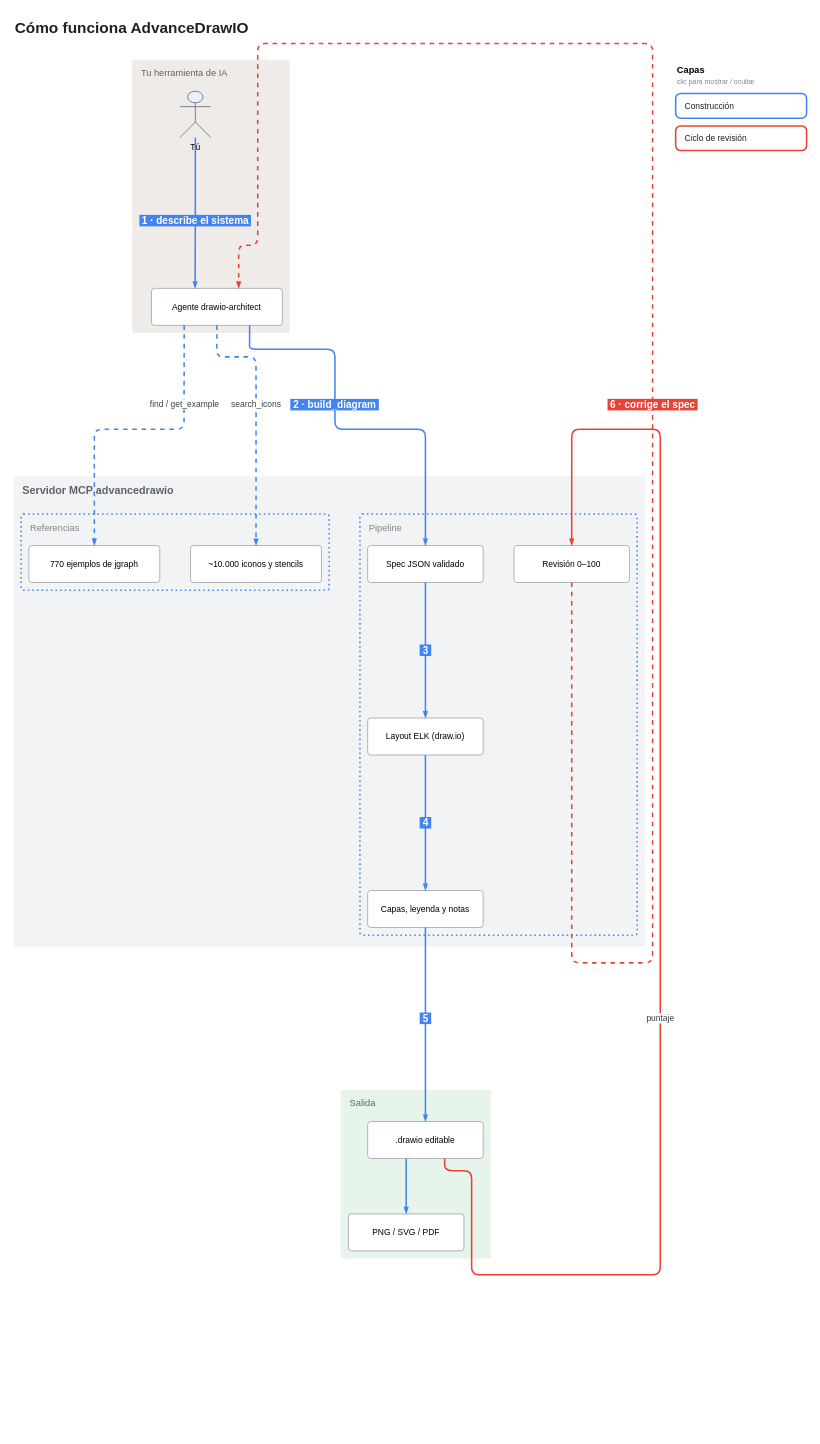
The draw.io diagram docs/galeria/como-funciona.drawio in Leonsang/AdvanceDrawIO, before the edit. Source tidied: cells renumbered, new cells numbered last; positions are measured from the earlier drawing's top-left corner, leaving out a move shared by most shapes. Both pictures are drawn from the tidied source at 77%, with x=0, y=0 at pixel (13, 13).
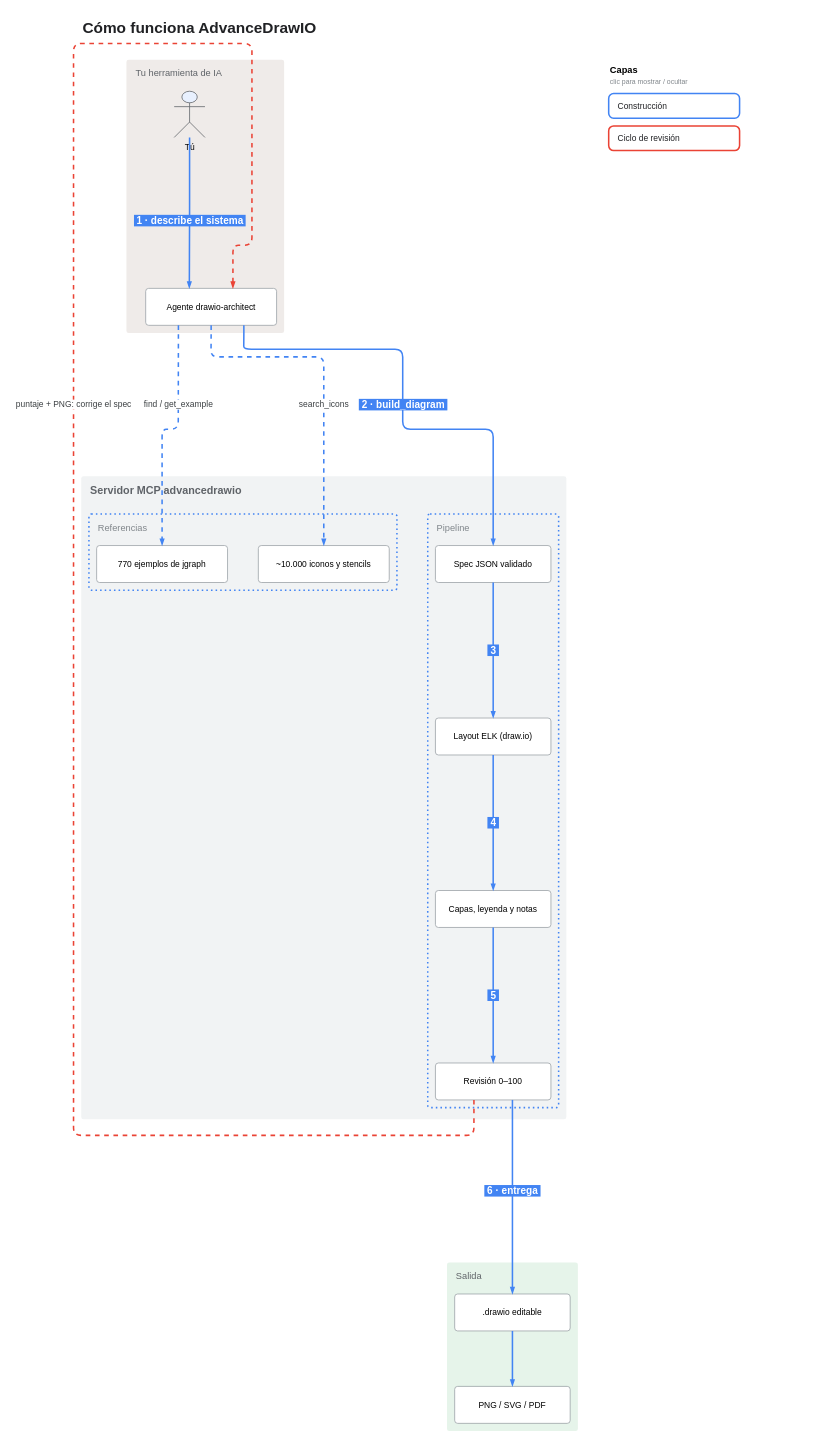
Above is the later version.

Unchanged cells that the change refers to:
```xml
<mxCell id="3" value="Tú" style="shape=umlActor;verticalLabelPosition=bottom;verticalAlign=top;html=1;outlineConnect=0;fillColor=#E8F0FE;strokeColor=#5F6368;fontSize=11;" parent="2" vertex="1">
  <mxGeometry x="62" y="41" width="40" height="60" as="geometry" />
</mxCell>
<mxCell id="4" value="Agente drawio-architect" style="rounded=1;arcSize=8;whiteSpace=wrap;html=1;fillColor=#FFFFFF;strokeColor=#9AA0A6;fontSize=11;" parent="2" vertex="1">
  <mxGeometry x="25" y="297" width="170" height="48" as="geometry" />
</mxCell>
<mxCell id="7" value="770 ejemplos de jgraph" style="rounded=1;arcSize=8;whiteSpace=wrap;html=1;fillColor=#FFFFFF;strokeColor=#9AA0A6;fontSize=11;" parent="6" vertex="1">
  <mxGeometry x="10" y="41" width="170" height="48" as="geometry" />
</mxCell>
<mxCell id="8" value="~10.000 iconos y stencils" style="rounded=1;arcSize=8;whiteSpace=wrap;html=1;fillColor=#FFFFFF;strokeColor=#9AA0A6;fontSize=11;" parent="6" vertex="1">
  <mxGeometry x="220" y="41" width="170" height="48" as="geometry" />
</mxCell>
<mxCell id="10" value="Spec JSON validado" style="rounded=1;arcSize=8;whiteSpace=wrap;html=1;fillColor=#FFFFFF;strokeColor=#9AA0A6;fontSize=11;" parent="9" vertex="1">
  <mxGeometry x="10" y="41" width="150" height="48" as="geometry" />
</mxCell>
<mxCell id="11" value="Layout ELK (draw.io)" style="rounded=1;arcSize=8;whiteSpace=wrap;html=1;fillColor=#FFFFFF;strokeColor=#9AA0A6;fontSize=11;" parent="9" vertex="1">
  <mxGeometry x="10" y="265" width="150" height="48" as="geometry" />
</mxCell>
<mxCell id="12" value="Capas, leyenda y notas" style="rounded=1;arcSize=8;whiteSpace=wrap;html=1;fillColor=#FFFFFF;strokeColor=#9AA0A6;fontSize=11;" parent="9" vertex="1">
  <mxGeometry x="10" y="489" width="150" height="48" as="geometry" />
</mxCell>
<mxCell id="16" value="PNG / SVG / PDF" style="rounded=1;arcSize=8;whiteSpace=wrap;html=1;fillColor=#FFFFFF;strokeColor=#9AA0A6;fontSize=11;" parent="14" vertex="1">
  <mxGeometry x="10" y="161" width="150" height="48" as="geometry" />
</mxCell>
```

Diff of the diagram source:
```diff
@@
     <mxCell id="2" value="Tu herramienta de IA" style="akind=external;html=1;whiteSpace=wrap;rounded=1;absoluteArcSize=1;arcSize=6;align=left;verticalAlign=top;spacingLeft=10;spacingTop=4;fontSize=12;fillColor=#EFEBE9;strokeColor=none;fontColor=#5F6368;" parent="1" vertex="1">
-      <mxGeometry x="154.2" y="60" width="204.8" height="355" as="geometry" />
+      <mxGeometry x="146.7" y="60" width="204.8" height="355" as="geometry" />
     </mxCell>
@@
     <mxCell id="5" value="Servidor MCP advancedrawio" style="akind=cloud;html=1;whiteSpace=wrap;rounded=1;absoluteArcSize=1;arcSize=6;align=left;verticalAlign=top;spacingLeft=10;spacingTop=4;fontSize=12;fillColor=#F1F3F4;strokeColor=none;fontStyle=1;fontColor=#5F6368;fontSize=14;" parent="1" vertex="1">
-      <mxGeometry y="601" width="820" height="611" as="geometry" />
+      <mxGeometry x="88" y="601" width="630" height="835" as="geometry" />
     </mxCell>
@@
     <mxCell id="9" value="Pipeline" style="akind=zone;html=1;whiteSpace=wrap;rounded=1;absoluteArcSize=1;arcSize=6;align=left;verticalAlign=top;spacingLeft=10;spacingTop=4;fontSize=12;fillColor=none;strokeColor=#4284F3;dashed=1;dashPattern=1 2;strokeWidth=2;fontColor=#80868B;" parent="5" vertex="1">
-      <mxGeometry x="450" y="49" width="360" height="547" as="geometry" />
+      <mxGeometry x="450" y="49" width="170" height="771" as="geometry" />
     </mxCell>
@@
     <mxCell id="13" value="Revisión 0–100" style="rounded=1;arcSize=8;whiteSpace=wrap;html=1;fillColor=#FFFFFF;strokeColor=#9AA0A6;fontSize=11;" parent="9" vertex="1">
-      <mxGeometry x="200" y="41" width="150" height="48" as="geometry" />
+      <mxGeometry x="10" y="713" width="150" height="48" as="geometry" />
     </mxCell>
     <mxCell id="14" value="Salida" style="akind=external;html=1;whiteSpace=wrap;rounded=1;absoluteArcSize=1;arcSize=6;align=left;verticalAlign=top;spacingLeft=10;spacingTop=4;fontSize=12;fillColor=#E6F4EA;strokeColor=none;fontColor=#5F6368;" parent="1" vertex="1">
-      <mxGeometry x="425" y="1398" width="195" height="219" as="geometry" />
+      <mxGeometry x="563" y="1622" width="170" height="219" as="geometry" />
     </mxCell>
     <mxCell id="15" value=".drawio editable" style="rounded=1;arcSize=8;whiteSpace=wrap;html=1;fillColor=#FFFFFF;strokeColor=#9AA0A6;fontSize=11;" parent="14" vertex="1">
-      <mxGeometry x="35" y="41" width="150" height="48" as="geometry" />
+      <mxGeometry x="10" y="41" width="150" height="48" as="geometry" />
     </mxCell>
@@
     <mxCell id="19" value="&amp;nbsp;1&amp;nbsp;· describe el sistema&amp;nbsp;" style="rounded=1;html=1;endArrow=blockThin;endFill=1;endSize=4;strokeWidth=2;strokeColor=#4284F3;fontSize=11;fontColor=#3C4043;labelBackgroundColor=#FFFFFF;labelBackgroundColor=#4284F3;fontColor=#FFFFFF;fontStyle=1;fontSize=13;exitX=0.5;exitY=1;entryX=0.3334;entryY=0;edgeStyle=orthogonalEdgeStyle;" parent="17" edge="1" source="3" target="4">
       <mxGeometry relative="1" as="geometry">
         <Array as="points">
-          <mxPoint x="235.7" y="259" />
+          <mxPoint x="228.2" y="259" />
         </Array>
         <mxPoint y="10" as="offset" />
       </mxGeometry>
     </mxCell>
     <mxCell id="20" value="find / get_example" style="rounded=1;html=1;endArrow=blockThin;endFill=1;endSize=4;strokeWidth=2;strokeColor=#4284F3;fontSize=11;fontColor=#3C4043;labelBackgroundColor=#FFFFFF;dashed=1;exitX=0.25;exitY=1;entryX=0.5;entryY=0;edgeStyle=orthogonalEdgeStyle;" parent="17" edge="1" source="4" target="7">
       <mxGeometry relative="1" as="geometry">
         <Array as="points">
-          <mxPoint x="221.5" y="420" />
-          <mxPoint x="221.5" y="540" />
-          <mxPoint x="105" y="540" />
-          <mxPoint x="105" y="645" />
+          <mxPoint x="214" y="420" />
+          <mxPoint x="214" y="540" />
+          <mxPoint x="193" y="540" />
+          <mxPoint x="193" y="645" />
         </Array>
-        <mxPoint x="66.2" y="-32" as="offset" />
+        <mxPoint x="18.5" y="-32" as="offset" />
       </mxGeometry>
     </mxCell>
     <mxCell id="21" value="search_icons" style="rounded=1;html=1;endArrow=blockThin;endFill=1;endSize=4;strokeWidth=2;strokeColor=#4284F3;fontSize=11;fontColor=#3C4043;labelBackgroundColor=#FFFFFF;dashed=1;exitX=0.5;exitY=1;entryX=0.5;entryY=0;edgeStyle=orthogonalEdgeStyle;" parent="17" edge="1" source="4" target="8">
       <mxGeometry relative="1" as="geometry">
         <Array as="points">
-          <mxPoint x="264" y="420" />
-          <mxPoint x="264" y="446" />
-          <mxPoint x="315" y="446" />
-          <mxPoint x="315" y="645" />
+          <mxPoint x="256.5" y="420" />
+          <mxPoint x="256.5" y="446" />
+          <mxPoint x="403" y="446" />
+          <mxPoint x="403" y="645" />
         </Array>
-        <mxPoint y="-14.5" as="offset" />
+        <mxPoint y="33.2" as="offset" />
       </mxGeometry>
     </mxCell>
     <mxCell id="22" value="&amp;nbsp;2&amp;nbsp;· build_diagram&amp;nbsp;" style="rounded=1;html=1;endArrow=blockThin;endFill=1;endSize=4;strokeWidth=2;strokeColor=#4284F3;fontSize=11;fontColor=#3C4043;labelBackgroundColor=#FFFFFF;labelBackgroundColor=#4284F3;fontColor=#FFFFFF;fontStyle=1;fontSize=13;exitX=0.75;exitY=1;entryX=0.5;entryY=0;edgeStyle=orthogonalEdgeStyle;" parent="17" edge="1" source="4" target="10">
       <mxGeometry relative="1" as="geometry">
         <Array as="points">
-          <mxPoint x="306.5" y="420" />
-          <mxPoint x="306.5" y="436" />
-          <mxPoint x="417.5" y="436" />
-          <mxPoint x="417.5" y="540" />
-          <mxPoint x="535" y="540" />
-          <mxPoint x="535" y="645" />
+          <mxPoint x="299" y="420" />
+          <mxPoint x="299" y="436" />
+          <mxPoint x="505.5" y="436" />
+          <mxPoint x="505.5" y="540" />
+          <mxPoint x="623" y="540" />
+          <mxPoint x="623" y="645" />
         </Array>
-        <mxPoint x="-11.2" y="-32" as="offset" />
+        <mxPoint y="4.5" as="offset" />
       </mxGeometry>
     </mxCell>
     <mxCell id="23" value="&amp;nbsp;3&amp;nbsp;" style="rounded=1;html=1;endArrow=blockThin;endFill=1;endSize=4;strokeWidth=2;strokeColor=#4284F3;fontSize=11;fontColor=#3C4043;labelBackgroundColor=#FFFFFF;labelBackgroundColor=#4284F3;fontColor=#FFFFFF;fontStyle=1;fontSize=13;exitX=0.5;exitY=1;entryX=0.5;entryY=0;edgeStyle=orthogonalEdgeStyle;" parent="17" edge="1" source="10" target="11">
       <mxGeometry relative="1" as="geometry">
         <Array as="points">
-          <mxPoint x="535" y="827" />
+          <mxPoint x="623" y="827" />
         </Array>
       </mxGeometry>
     </mxCell>
     <mxCell id="24" value="&amp;nbsp;4&amp;nbsp;" style="rounded=1;html=1;endArrow=blockThin;endFill=1;endSize=4;strokeWidth=2;strokeColor=#4284F3;fontSize=11;fontColor=#3C4043;labelBackgroundColor=#FFFFFF;labelBackgroundColor=#4284F3;fontColor=#FFFFFF;fontStyle=1;fontSize=13;exitX=0.5;exitY=1;entryX=0.5;entryY=0;edgeStyle=orthogonalEdgeStyle;" parent="17" edge="1" source="11" target="12">
       <mxGeometry relative="1" as="geometry">
         <Array as="points">
-          <mxPoint x="535" y="1051" />
+          <mxPoint x="623" y="1051" />
         </Array>
       </mxGeometry>
     </mxCell>
-    <mxCell id="25" value="&amp;nbsp;5&amp;nbsp;" style="rounded=1;html=1;endArrow=blockThin;endFill=1;endSize=4;strokeWidth=2;strokeColor=#4284F3;fontSize=11;fontColor=#3C4043;labelBackgroundColor=#FFFFFF;labelBackgroundColor=#4284F3;fontColor=#FFFFFF;fontStyle=1;fontSize=13;exitX=0.5;exitY=1;entryX=0.5;entryY=0;edgeStyle=orthogonalEdgeStyle;" parent="17" edge="1" source="12" target="15">
+    <mxCell id="25" value="&amp;nbsp;5&amp;nbsp;" style="rounded=1;html=1;endArrow=blockThin;endFill=1;endSize=4;strokeWidth=2;strokeColor=#4284F3;fontSize=11;fontColor=#3C4043;labelBackgroundColor=#FFFFFF;labelBackgroundColor=#4284F3;fontColor=#FFFFFF;fontStyle=1;fontSize=13;exitX=0.5;exitY=1;entryX=0.5;entryY=0;edgeStyle=orthogonalEdgeStyle;" parent="17" edge="1" source="12" target="13">
       <mxGeometry relative="1" as="geometry">
         <Array as="points">
-          <mxPoint x="535" y="1202" />
-          <mxPoint x="535" y="1393" />
+          <mxPoint x="623" y="1275" />
         </Array>
-        <mxPoint y="-8" as="offset" />
       </mxGeometry>
     </mxCell>
-    <mxCell id="26" style="rounded=1;html=1;endArrow=blockThin;endFill=1;endSize=4;strokeWidth=2;strokeColor=#4284F3;fontSize=11;fontColor=#3C4043;labelBackgroundColor=#FFFFFF;exitX=0.3333;exitY=1;entryX=0.5;entryY=0;edgeStyle=orthogonalEdgeStyle;" parent="17" edge="1" source="15" target="16">
+    <mxCell id="26" value="&amp;nbsp;6&amp;nbsp;· entrega&amp;nbsp;" style="rounded=1;html=1;endArrow=blockThin;endFill=1;endSize=4;strokeWidth=2;strokeColor=#4284F3;fontSize=11;fontColor=#3C4043;labelBackgroundColor=#FFFFFF;labelBackgroundColor=#4284F3;fontColor=#FFFFFF;fontStyle=1;fontSize=13;exitX=0.6667;exitY=1;entryX=0.5;entryY=0;edgeStyle=orthogonalEdgeStyle;" parent="17" edge="1" source="13" target="15">
       <mxGeometry relative="1" as="geometry">
         <Array as="points">
-          <mxPoint x="510" y="1523" />
+          <mxPoint x="648" y="1426" />
+          <mxPoint x="648" y="1617" />
         </Array>
+        <mxPoint y="-8" as="offset" />
       </mxGeometry>
     </mxCell>
-    <mxCell id="27" value="puntaje" style="rounded=1;html=1;endArrow=blockThin;endFill=1;endSize=4;strokeWidth=2;strokeColor=#EA4335;fontSize=11;fontColor=#3C4043;labelBackgroundColor=#FFFFFF;exitX=0.6667;exitY=1;entryX=0.5;entryY=0;edgeStyle=orthogonalEdgeStyle;" parent="18" edge="1" source="15" target="13">
+    <mxCell id="27" style="rounded=1;html=1;endArrow=blockThin;endFill=1;endSize=4;strokeWidth=2;strokeColor=#4284F3;fontSize=11;fontColor=#3C4043;labelBackgroundColor=#FFFFFF;exitX=0.5;exitY=1;entryX=0.5;entryY=0;edgeStyle=orthogonalEdgeStyle;" parent="17" edge="1" source="15" target="16">
       <mxGeometry relative="1" as="geometry">
         <Array as="points">
-          <mxPoint x="560" y="1503" />
-          <mxPoint x="595" y="1503" />
-          <mxPoint x="595" y="1638" />
-          <mxPoint x="840" y="1638" />
-          <mxPoint x="840" y="540" />
-          <mxPoint x="725" y="540" />
-          <mxPoint x="725" y="645" />
+          <mxPoint x="648" y="1747" />
         </Array>
-        <mxPoint y="133.5" as="offset" />
       </mxGeometry>
     </mxCell>
-    <mxCell id="28" value="&amp;nbsp;6&amp;nbsp;· corrige el spec&amp;nbsp;" style="rounded=1;html=1;endArrow=blockThin;endFill=1;endSize=4;strokeWidth=2;strokeColor=#EA4335;fontSize=11;fontColor=#3C4043;labelBackgroundColor=#FFFFFF;dashed=1;labelBackgroundColor=#EA4335;fontColor=#FFFFFF;fontStyle=1;fontSize=13;exitX=0.5;exitY=1;entryX=0.6666;entryY=0;edgeStyle=orthogonalEdgeStyle;" parent="18" edge="1" source="13" target="4">
+    <mxCell id="28" value="puntaje + PNG: corrige el spec" style="rounded=1;html=1;endArrow=blockThin;endFill=1;endSize=4;strokeWidth=2;strokeColor=#EA4335;fontSize=11;fontColor=#3C4043;labelBackgroundColor=#FFFFFF;dashed=1;exitX=0.3333;exitY=1;entryX=0.6666;entryY=0;edgeStyle=orthogonalEdgeStyle;" parent="18" edge="1" source="13" target="4">
       <mxGeometry relative="1" as="geometry">
         <Array as="points">
-          <mxPoint x="725" y="1202" />
-          <mxPoint x="725" y="1233" />
-          <mxPoint x="830" y="1233" />
-          <mxPoint x="830" y="39" />
-          <mxPoint x="317.2" y="39" />
-          <mxPoint x="317.2" y="301" />
-          <mxPoint x="292.3" y="301" />
+          <mxPoint x="598" y="1426" />
+          <mxPoint x="598" y="1457" />
+          <mxPoint x="78" y="1457" />
+          <mxPoint x="78" y="39" />
+          <mxPoint x="309.7" y="39" />
+          <mxPoint x="309.7" y="301" />
+          <mxPoint x="284.8" y="301" />
         </Array>
-        <mxPoint y="0.3" as="offset" />
+        <mxPoint y="-235.7" as="offset" />
       </mxGeometry>
     </mxCell>
     <mxCell id="29" value="Cómo funciona AdvanceDrawIO" style="text;html=1;align=left;verticalAlign=middle;fontSize=20;fontStyle=1;fontColor=#202124;" parent="1" vertex="1">
-      <mxGeometry width="700" height="36" as="geometry" />
+      <mxGeometry x="88" width="700" height="36" as="geometry" />
     </mxCell>
     <mxCell id="30" value="&lt;b&gt;Capas&lt;/b&gt;&lt;br&gt;&lt;font style=&quot;font-size:9px&quot; color=&quot;#80868B&quot;&gt;clic para mostrar / ocultar&lt;/font&gt;" style="text;html=1;align=left;verticalAlign=top;fontSize=12;" parent="1" vertex="1">
-      <mxGeometry x="860" y="60" width="170" height="34" as="geometry" />
+      <mxGeometry x="773" y="60" width="170" height="34" as="geometry" />
     </mxCell>
     <mxCell id="31" value="Construcción" style="rounded=1;arcSize=20;html=1;whiteSpace=wrap;fillColor=#FFFFFF;strokeWidth=2;fontSize=11;fontColor=#202124;align=left;spacingLeft=10;strokeColor=#4284F3;" parent="1" vertex="1">
-      <mxGeometry x="860" y="104" width="170" height="32" as="geometry" />
+      <mxGeometry x="773" y="104" width="170" height="32" as="geometry" />
     </mxCell>
     <mxCell id="32" value="Ciclo de revisión" style="rounded=1;arcSize=20;html=1;whiteSpace=wrap;fillColor=#FFFFFF;strokeWidth=2;fontSize=11;fontColor=#202124;align=left;spacingLeft=10;strokeColor=#EA4335;" parent="1" vertex="1">
-      <mxGeometry x="860" y="146" width="170" height="32" as="geometry" />
+      <mxGeometry x="773" y="146" width="170" height="32" as="geometry" />
     </mxCell>
```
